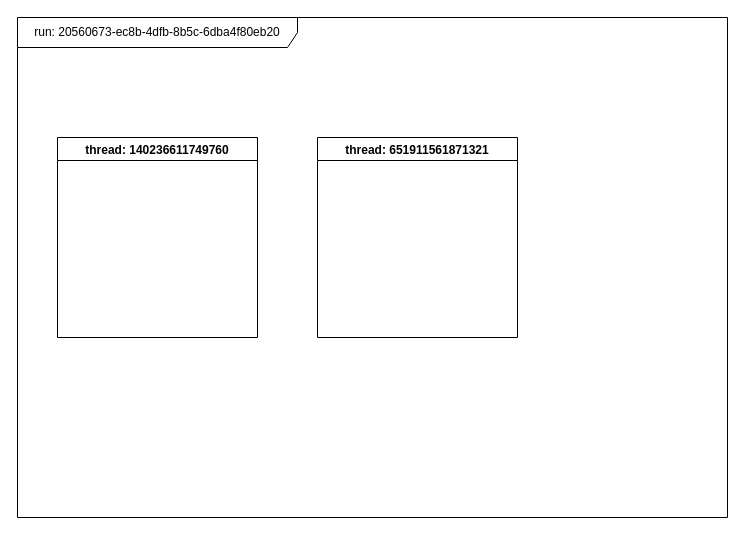
petkapou/DIP_diagrams keeps this draw.io diagram as callback_files.drawio. Above is the earlier version. Source tidied: cells renumbered, new cells numbered last; positions are measured from the earlier drawing's top-left corner, leaving out a move shared by most shapes. Both pictures are drawn from the tidied source at 100%, with x=0, y=0 at pixel (17, 17).
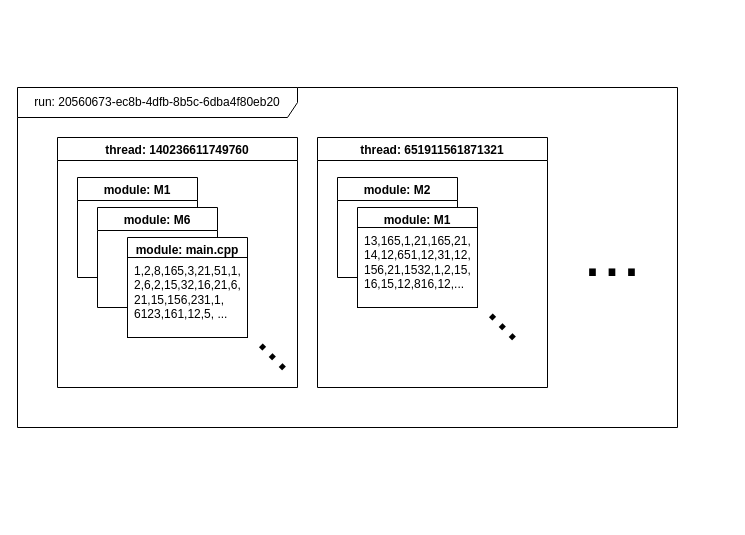
The same page after the edit.

What changed in the source:
```diff
@@
 <mxGraphModel>
   <root>
     <mxCell id="0" />
     <mxCell id="1" parent="0" />
     <mxCell id="2" value="run:&amp;nbsp;20560673-ec8b-4dfb-8b5c-6dba4f80eb20" style="shape=umlFrame;whiteSpace=wrap;html=1;width=280;height=30;" parent="1" vertex="1">
-      <mxGeometry width="710" height="500" as="geometry" />
+      <mxGeometry y="70" width="660" height="340" as="geometry" />
     </mxCell>
     <mxCell id="3" value="thread: 140236611749760" style="swimlane;" parent="1" vertex="1">
-      <mxGeometry x="40" y="120" width="200" height="200" as="geometry" />
+      <mxGeometry x="40" y="120" width="240" height="250" as="geometry" />
     </mxCell>
     <mxCell id="4" value="thread: 651911561871321" style="swimlane;" parent="1" vertex="1">
-      <mxGeometry x="300" y="120" width="200" height="200" as="geometry" />
+      <mxGeometry x="300" y="120" width="230" height="250" as="geometry" />
     </mxCell>
+    <mxCell id="5" value="module: M2" style="swimlane;" parent="4" vertex="1">
+      <mxGeometry x="20" y="40" width="120" height="100" as="geometry" />
+    </mxCell>
+    <mxCell id="6" value="module: M1" style="swimlane;labelBackgroundColor=none;labelBorderColor=none;gradientColor=none;swimlaneFillColor=default;fillColor=default;" parent="4" vertex="1">
+      <mxGeometry x="40" y="70" width="120" height="100" as="geometry" />
+    </mxCell>
+    <mxCell id="7" value="13,165,1,21,165,21,&lt;br&gt;14,12,651,12,31,12,&lt;br&gt;156,21,1532,1,2,15,&lt;br&gt;16,15,12,816,12,..." style="rounded=0;html=1;labelBackgroundColor=none;labelBorderColor=none;fontSize=12;fillColor=default;gradientColor=none;align=left;verticalAlign=top;spacingLeft=5;" parent="6" vertex="1">
+      <mxGeometry y="20" width="120" height="80" as="geometry" />
+    </mxCell>
+    <mxCell id="8" value="..." style="text;align=center;verticalAlign=middle;strokeColor=none;fillColor=none;fontSize=70;labelBorderColor=none;" parent="1" vertex="1">
+      <mxGeometry x="560" y="180" width="70" height="90" as="geometry" />
+    </mxCell>
+    <mxCell id="9" value="module: M1" style="swimlane;" parent="1" vertex="1">
+      <mxGeometry x="60" y="160" width="120" height="100" as="geometry" />
+    </mxCell>
+    <mxCell id="10" value="module: M6" style="swimlane;labelBackgroundColor=none;labelBorderColor=none;gradientColor=none;swimlaneFillColor=default;fillColor=default;" parent="1" vertex="1">
+      <mxGeometry x="80" y="190" width="120" height="100" as="geometry" />
+    </mxCell>
+    <mxCell id="11" value="module: main.cpp" style="swimlane;labelBackgroundColor=none;labelBorderColor=none;gradientColor=none;swimlaneFillColor=default;fillColor=default;" parent="1" vertex="1">
+      <mxGeometry x="110" y="220" width="120" height="100" as="geometry" />
+    </mxCell>
+    <mxCell id="12" value="1,2,8,165,3,21,51,1,&lt;br&gt;2,6,2,15,32,16,21,6,&lt;br&gt;21,15,156,231,1,&lt;br&gt;6123,161,12,5, ..." style="rounded=0;html=1;labelBackgroundColor=none;labelBorderColor=none;fontSize=12;fillColor=default;gradientColor=none;align=left;verticalAlign=top;spacingLeft=5;" parent="11" vertex="1">
+      <mxGeometry y="20" width="120" height="80" as="geometry" />
+    </mxCell>
+    <mxCell id="13" value="..." style="text;align=center;verticalAlign=middle;strokeColor=none;fillColor=none;fontSize=50;labelBorderColor=none;rotation=45;" parent="1" vertex="1">
+      <mxGeometry x="470" y="260" width="60" height="70" as="geometry" />
+    </mxCell>
+    <mxCell id="14" value="..." style="text;align=center;verticalAlign=middle;strokeColor=none;fillColor=none;fontSize=50;labelBorderColor=none;rotation=45;" parent="1" vertex="1">
+      <mxGeometry x="240" y="290" width="60" height="70" as="geometry" />
+    </mxCell>
   </root>
 </mxGraphModel>
```
